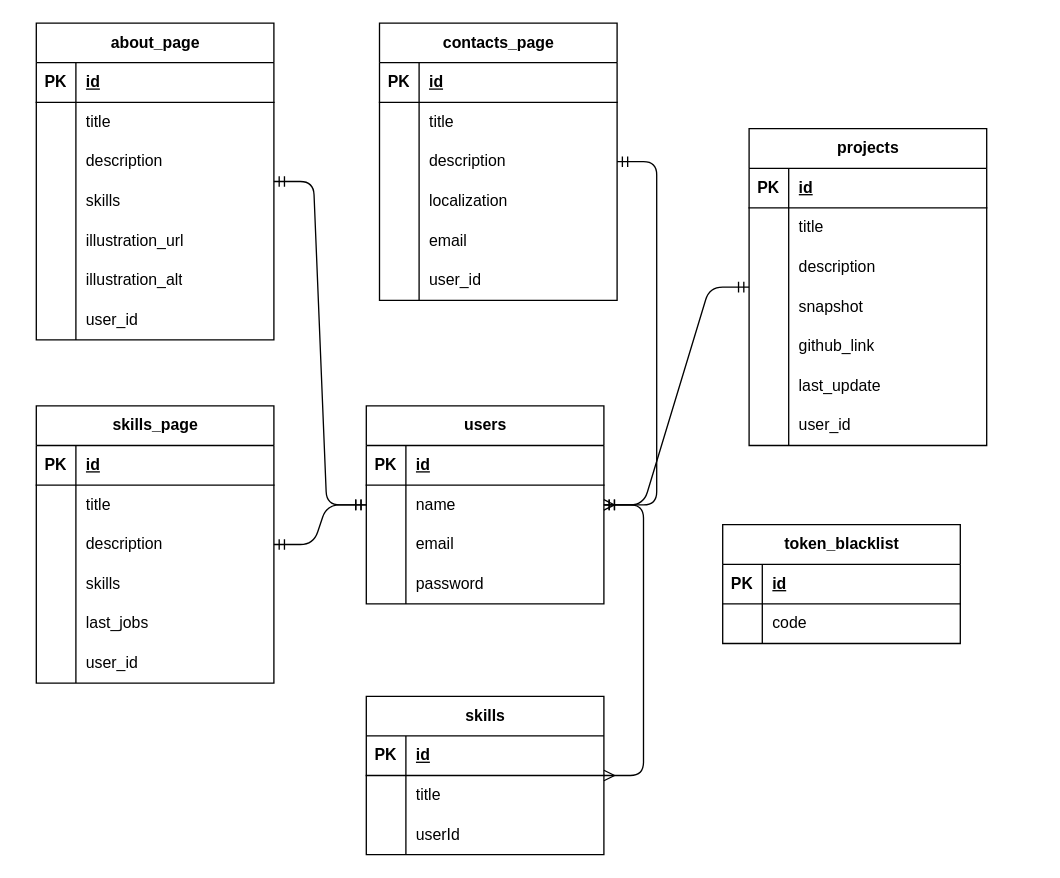
This is diagrama-ER.drawio from ikatoo/backend, a draw.io file, before an edit. Source tidied: cells renumbered, new cells numbered last; positions are measured from the earlier drawing's top-left corner, leaving out a move shared by most shapes. Both pictures are drawn from the tidied source at 132%, with x=0, y=0 at pixel (36, 22).
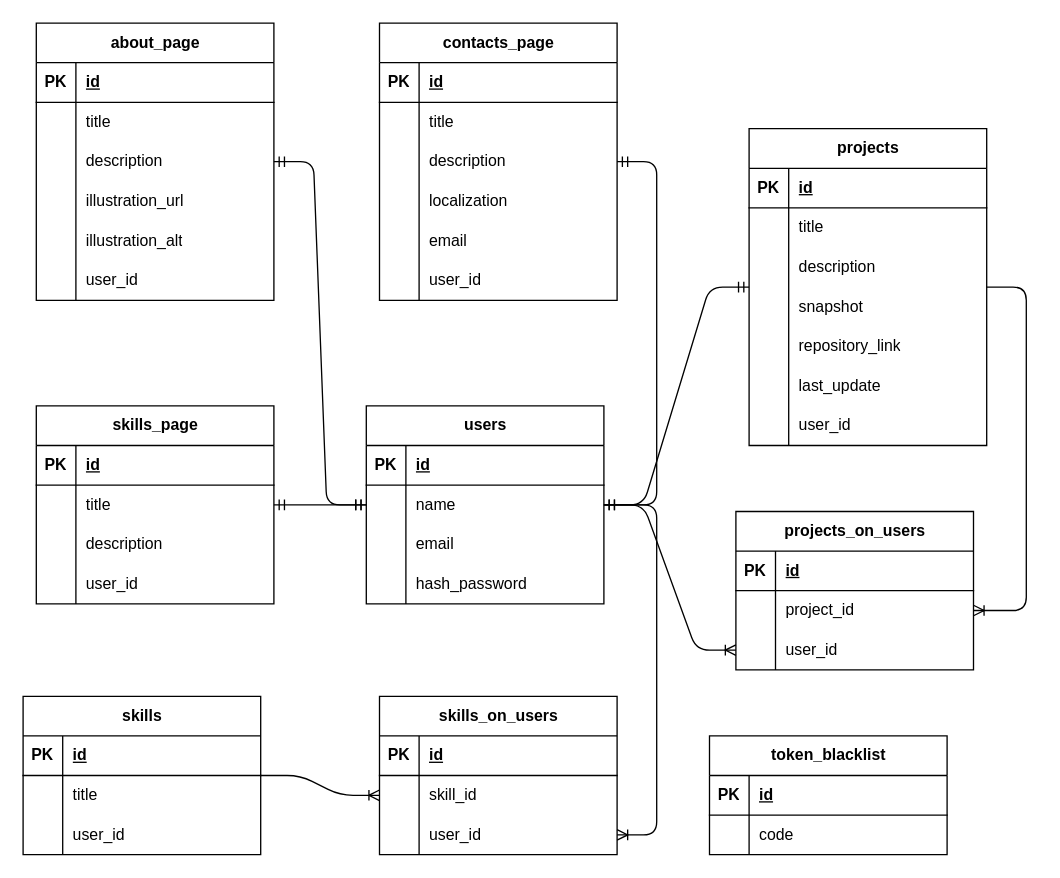
Above is the later version.

Commit message:
updated database diagram

Unchanged cells that the change refers to:
```xml
<mxCell id="43" value="projects" style="shape=table;startSize=30;childLayout=tableLayout;rowLines=0;fontStyle=1;align=center;html=1;" parent="1" vertex="1">
  <mxGeometry x="540" y="80" width="180" height="240" as="geometry" />
</mxCell>
<mxCell id="56" style="shape=tableRow;horizontal=0;startSize=0;swimlaneHead=0;swimlaneBody=0;fillColor=none;top=0;left=0;right=0;bottom=0;" parent="43" vertex="1">
  <mxGeometry y="150" width="180" height="30" as="geometry" />
</mxCell>
<mxCell id="84" value="users" style="shape=table;startSize=30;childLayout=tableLayout;rowLines=0;fontStyle=1;align=center;html=1;" parent="1" vertex="1">
  <mxGeometry x="250" y="290" width="180" height="150" as="geometry" />
</mxCell>
<mxCell id="94" style="shape=tableRow;horizontal=0;startSize=0;swimlaneHead=0;swimlaneBody=0;fillColor=none;top=0;left=0;right=0;bottom=0;" parent="84" vertex="1">
  <mxGeometry y="120" width="180" height="30" as="geometry" />
</mxCell>
<mxCell id="111" style="shape=tableRow;horizontal=0;startSize=0;swimlaneHead=0;swimlaneBody=0;fillColor=none;top=0;left=0;right=0;bottom=0;" parent="104" vertex="1">
  <mxGeometry y="90" width="180" height="30" as="geometry" />
</mxCell>
```

Change to the diagram source:
```diff
@@
     <mxCell id="2" value="about_page" style="shape=table;startSize=30;childLayout=tableLayout;rowLines=0;fontStyle=1;align=center;html=1;" parent="1" vertex="1">
-      <mxGeometry width="180" height="240" as="geometry" />
+      <mxGeometry width="180" height="210" as="geometry" />
     </mxCell>
@@
-    <mxCell id="12" style="shape=tableRow;horizontal=0;startSize=0;swimlaneHead=0;swimlaneBody=0;fillColor=none;top=0;left=0;right=0;bottom=0;" parent="2" vertex="1">
-      <mxGeometry y="120" width="180" height="30" as="geometry" />
-    </mxCell>
-    <mxCell id="13" style="shape=partialRectangle;fillColor=none;top=0;left=0;bottom=0;right=0;overflow=hidden;whiteSpace=wrap;html=1;" parent="12" vertex="1">
-      <mxGeometry width="30" height="30" as="geometry" />
-    </mxCell>
-    <mxCell id="14" value="&lt;div style=&quot;border-color: var(--border-color);&quot;&gt;skills&lt;/div&gt;" style="shape=partialRectangle;fillColor=none;top=0;left=0;bottom=0;right=0;align=left;spacingLeft=6;overflow=hidden;whiteSpace=wrap;html=1;" parent="12" vertex="1">
-      <mxGeometry x="30" width="150" height="30" as="geometry" />
-    </mxCell>
     <mxCell id="15" style="shape=tableRow;horizontal=0;startSize=0;swimlaneHead=0;swimlaneBody=0;fillColor=none;top=0;left=0;right=0;bottom=0;" parent="2" vertex="1">
-      <mxGeometry y="150" width="180" height="30" as="geometry" />
+      <mxGeometry y="120" width="180" height="30" as="geometry" />
     </mxCell>
@@
     <mxCell id="18" style="shape=tableRow;horizontal=0;startSize=0;swimlaneHead=0;swimlaneBody=0;fillColor=none;top=0;left=0;right=0;bottom=0;" parent="2" vertex="1">
-      <mxGeometry y="180" width="180" height="30" as="geometry" />
+      <mxGeometry y="150" width="180" height="30" as="geometry" />
     </mxCell>
@@
     <mxCell id="21" style="shape=tableRow;horizontal=0;startSize=0;swimlaneHead=0;swimlaneBody=0;fillColor=none;top=0;left=0;right=0;bottom=0;" parent="2" vertex="1">
-      <mxGeometry y="210" width="180" height="30" as="geometry" />
+      <mxGeometry y="180" width="180" height="30" as="geometry" />
     </mxCell>
@@
-    <mxCell id="58" value="&lt;span style=&quot;background-color: initial;&quot;&gt;github_link&lt;/span&gt;" style="shape=partialRectangle;fillColor=none;top=0;left=0;bottom=0;right=0;align=left;spacingLeft=6;overflow=hidden;whiteSpace=wrap;html=1;" parent="56" vertex="1">
+    <mxCell id="58" value="repository_link" style="shape=partialRectangle;fillColor=none;top=0;left=0;bottom=0;right=0;align=left;spacingLeft=6;overflow=hidden;whiteSpace=wrap;html=1;" parent="56" vertex="1">
       <mxGeometry x="30" width="150" height="30" as="geometry" />
     </mxCell>
@@
     <mxCell id="65" value="skills_page" style="shape=table;startSize=30;childLayout=tableLayout;rowLines=0;fontStyle=1;align=center;html=1;" parent="1" vertex="1">
-      <mxGeometry y="290" width="180" height="210" as="geometry" />
+      <mxGeometry y="290" width="180" height="150" as="geometry" />
     </mxCell>
@@
-    <mxCell id="75" style="shape=tableRow;horizontal=0;startSize=0;swimlaneHead=0;swimlaneBody=0;fillColor=none;top=0;left=0;right=0;bottom=0;" parent="65" vertex="1">
-      <mxGeometry y="120" width="180" height="30" as="geometry" />
-    </mxCell>
-    <mxCell id="76" style="shape=partialRectangle;fillColor=none;top=0;left=0;bottom=0;right=0;overflow=hidden;whiteSpace=wrap;html=1;" parent="75" vertex="1">
-      <mxGeometry width="30" height="30" as="geometry" />
-    </mxCell>
-    <mxCell id="77" value="&lt;div&gt;skills&lt;/div&gt;" style="shape=partialRectangle;fillColor=none;top=0;left=0;bottom=0;right=0;align=left;spacingLeft=6;overflow=hidden;whiteSpace=wrap;html=1;" parent="75" vertex="1">
-      <mxGeometry x="30" width="150" height="30" as="geometry" />
-    </mxCell>
-    <mxCell id="78" style="shape=tableRow;horizontal=0;startSize=0;swimlaneHead=0;swimlaneBody=0;fillColor=none;top=0;left=0;right=0;bottom=0;" parent="65" vertex="1">
-      <mxGeometry y="150" width="180" height="30" as="geometry" />
-    </mxCell>
-    <mxCell id="79" style="shape=partialRectangle;fillColor=none;top=0;left=0;bottom=0;right=0;overflow=hidden;whiteSpace=wrap;html=1;" parent="78" vertex="1">
-      <mxGeometry width="30" height="30" as="geometry" />
-    </mxCell>
-    <mxCell id="80" value="&lt;div&gt;last_jobs&lt;/div&gt;" style="shape=partialRectangle;fillColor=none;top=0;left=0;bottom=0;right=0;align=left;spacingLeft=6;overflow=hidden;whiteSpace=wrap;html=1;" parent="78" vertex="1">
-      <mxGeometry x="30" width="150" height="30" as="geometry" />
-    </mxCell>
     <mxCell id="81" style="shape=tableRow;horizontal=0;startSize=0;swimlaneHead=0;swimlaneBody=0;fillColor=none;top=0;left=0;right=0;bottom=0;" parent="65" vertex="1">
-      <mxGeometry y="180" width="180" height="30" as="geometry" />
+      <mxGeometry y="120" width="180" height="30" as="geometry" />
     </mxCell>
@@
-    <mxCell id="96" value="password" style="shape=partialRectangle;fillColor=none;top=0;left=0;bottom=0;right=0;align=left;spacingLeft=6;overflow=hidden;whiteSpace=wrap;html=1;" parent="94" vertex="1">
+    <mxCell id="96" value="hash_password" style="shape=partialRectangle;fillColor=none;top=0;left=0;bottom=0;right=0;align=left;spacingLeft=6;overflow=hidden;whiteSpace=wrap;html=1;" parent="94" vertex="1">
       <mxGeometry x="30" width="150" height="30" as="geometry" />
     </mxCell>
     <mxCell id="97" value="token_blacklist" style="shape=table;startSize=30;childLayout=tableLayout;rowLines=0;fontStyle=1;align=center;html=1;" parent="1" vertex="1">
-      <mxGeometry x="520" y="380" width="180" height="90" as="geometry" />
+      <mxGeometry x="510" y="540" width="180" height="90" as="geometry" />
     </mxCell>
@@
     <mxCell id="104" value="skills" style="shape=table;startSize=30;childLayout=tableLayout;rowLines=0;fontStyle=1;align=center;html=1;" parent="1" vertex="1">
-      <mxGeometry x="250" y="510" width="180" height="120" as="geometry" />
+      <mxGeometry x="-10" y="510" width="180" height="120" as="geometry" />
     </mxCell>
@@
-    <mxCell id="113" value="userId" style="shape=partialRectangle;fillColor=none;top=0;left=0;bottom=0;right=0;align=left;spacingLeft=6;overflow=hidden;whiteSpace=wrap;html=1;" parent="111" vertex="1">
+    <mxCell id="113" value="user_id" style="shape=partialRectangle;fillColor=none;top=0;left=0;bottom=0;right=0;align=left;spacingLeft=6;overflow=hidden;whiteSpace=wrap;html=1;" parent="111" vertex="1">
       <mxGeometry x="30" width="150" height="30" as="geometry" />
     </mxCell>
-    <mxCell id="114" style="edgeStyle=entityRelationEdgeStyle;fontSize=12;html=1;endArrow=ERmany;startArrow=ERmany;" parent="1" edge="1" source="104" target="84">
-      <mxGeometry relative="1" as="geometry" />
-    </mxCell>
@@
+    <mxCell id="119" value="skills_on_users" style="shape=table;startSize=30;childLayout=tableLayout;rowLines=0;fontStyle=1;align=center;html=1;" parent="1" vertex="1">
+      <mxGeometry x="260" y="510" width="180" height="120" as="geometry" />
+    </mxCell>
+    <mxCell id="120" style="shape=tableRow;horizontal=0;startSize=0;swimlaneHead=0;swimlaneBody=0;fillColor=none;top=0;left=0;right=0;bottom=1;" parent="119" vertex="1">
+      <mxGeometry y="30" width="180" height="30" as="geometry" />
+    </mxCell>
+    <mxCell id="121" value="PK" style="shape=partialRectangle;fillColor=none;top=0;left=0;bottom=0;right=0;fontStyle=1;overflow=hidden;whiteSpace=wrap;html=1;" parent="120" vertex="1">
+      <mxGeometry width="30" height="30" as="geometry" />
+    </mxCell>
+    <mxCell id="122" value="id" style="shape=partialRectangle;fillColor=none;top=0;left=0;bottom=0;right=0;align=left;spacingLeft=6;fontStyle=5;overflow=hidden;whiteSpace=wrap;html=1;" parent="120" vertex="1">
+      <mxGeometry x="30" width="150" height="30" as="geometry" />
+    </mxCell>
+    <mxCell id="123" style="shape=tableRow;horizontal=0;startSize=0;swimlaneHead=0;swimlaneBody=0;fillColor=none;points=[[0,0.5],[1,0.5]];portConstraint=eastwest;top=0;left=0;right=0;bottom=0;" parent="119" vertex="1">
+      <mxGeometry y="60" width="180" height="30" as="geometry" />
+    </mxCell>
+    <mxCell id="124" style="shape=partialRectangle;fillColor=none;top=0;left=0;bottom=0;right=0;overflow=hidden;whiteSpace=wrap;html=1;" parent="123" vertex="1">
+      <mxGeometry width="30" height="30" as="geometry" />
+    </mxCell>
+    <mxCell id="125" value="skill_id" style="shape=partialRectangle;fillColor=none;top=0;left=0;bottom=0;right=0;align=left;spacingLeft=6;overflow=hidden;whiteSpace=wrap;html=1;" parent="123" vertex="1">
+      <mxGeometry x="30" width="150" height="30" as="geometry" />
+    </mxCell>
+    <mxCell id="126" style="shape=tableRow;horizontal=0;startSize=0;swimlaneHead=0;swimlaneBody=0;fillColor=none;points=[[0,0.5],[1,0.5]];portConstraint=eastwest;top=0;left=0;right=0;bottom=0;" parent="119" vertex="1">
+      <mxGeometry y="90" width="180" height="30" as="geometry" />
+    </mxCell>
+    <mxCell id="127" style="shape=partialRectangle;fillColor=none;top=0;left=0;bottom=0;right=0;overflow=hidden;whiteSpace=wrap;html=1;" parent="126" vertex="1">
+      <mxGeometry width="30" height="30" as="geometry" />
+    </mxCell>
+    <mxCell id="128" value="user_id" style="shape=partialRectangle;fillColor=none;top=0;left=0;bottom=0;right=0;align=left;spacingLeft=6;overflow=hidden;whiteSpace=wrap;html=1;" parent="126" vertex="1">
+      <mxGeometry x="30" width="150" height="30" as="geometry" />
+    </mxCell>
+    <mxCell id="129" style="edgeStyle=entityRelationEdgeStyle;fontSize=12;html=1;endArrow=ERoneToMany;" parent="1" edge="1" source="104" target="123">
+      <mxGeometry relative="1" as="geometry" />
+    </mxCell>
+    <mxCell id="130" style="edgeStyle=entityRelationEdgeStyle;fontSize=12;html=1;endArrow=ERoneToMany;" parent="1" edge="1" source="84" target="126">
+      <mxGeometry relative="1" as="geometry" />
+    </mxCell>
+    <mxCell id="131" value="projects_on_users" style="shape=table;startSize=30;childLayout=tableLayout;rowLines=0;fontStyle=1;align=center;html=1;" parent="1" vertex="1">
+      <mxGeometry x="530" y="370" width="180" height="120" as="geometry" />
+    </mxCell>
+    <mxCell id="132" style="shape=tableRow;horizontal=0;startSize=0;swimlaneHead=0;swimlaneBody=0;fillColor=none;top=0;left=0;right=0;bottom=1;" parent="131" vertex="1">
+      <mxGeometry y="30" width="180" height="30" as="geometry" />
+    </mxCell>
+    <mxCell id="133" value="PK" style="shape=partialRectangle;fillColor=none;top=0;left=0;bottom=0;right=0;fontStyle=1;overflow=hidden;whiteSpace=wrap;html=1;" parent="132" vertex="1">
+      <mxGeometry width="30" height="30" as="geometry" />
+    </mxCell>
+    <mxCell id="134" value="id" style="shape=partialRectangle;fillColor=none;top=0;left=0;bottom=0;right=0;align=left;spacingLeft=6;fontStyle=5;overflow=hidden;whiteSpace=wrap;html=1;" parent="132" vertex="1">
+      <mxGeometry x="30" width="150" height="30" as="geometry" />
+    </mxCell>
+    <mxCell id="135" style="shape=tableRow;horizontal=0;startSize=0;swimlaneHead=0;swimlaneBody=0;fillColor=none;points=[[0,0.5],[1,0.5]];portConstraint=eastwest;top=0;left=0;right=0;bottom=0;" parent="131" vertex="1">
+      <mxGeometry y="60" width="180" height="30" as="geometry" />
+    </mxCell>
+    <mxCell id="136" style="shape=partialRectangle;fillColor=none;top=0;left=0;bottom=0;right=0;overflow=hidden;whiteSpace=wrap;html=1;" parent="135" vertex="1">
+      <mxGeometry width="30" height="30" as="geometry" />
+    </mxCell>
+    <mxCell id="137" value="project_id" style="shape=partialRectangle;fillColor=none;top=0;left=0;bottom=0;right=0;align=left;spacingLeft=6;overflow=hidden;whiteSpace=wrap;html=1;" parent="135" vertex="1">
+      <mxGeometry x="30" width="150" height="30" as="geometry" />
+    </mxCell>
+    <mxCell id="138" style="shape=tableRow;horizontal=0;startSize=0;swimlaneHead=0;swimlaneBody=0;fillColor=none;points=[[0,0.5],[1,0.5]];portConstraint=eastwest;top=0;left=0;right=0;bottom=0;" parent="131" vertex="1">
+      <mxGeometry y="90" width="180" height="30" as="geometry" />
+    </mxCell>
+    <mxCell id="139" style="shape=partialRectangle;fillColor=none;top=0;left=0;bottom=0;right=0;overflow=hidden;whiteSpace=wrap;html=1;" parent="138" vertex="1">
+      <mxGeometry width="30" height="30" as="geometry" />
+    </mxCell>
+    <mxCell id="140" value="user_id" style="shape=partialRectangle;fillColor=none;top=0;left=0;bottom=0;right=0;align=left;spacingLeft=6;overflow=hidden;whiteSpace=wrap;html=1;" parent="138" vertex="1">
+      <mxGeometry x="30" width="150" height="30" as="geometry" />
+    </mxCell>
+    <mxCell id="141" style="edgeStyle=entityRelationEdgeStyle;fontSize=12;html=1;endArrow=ERoneToMany;" parent="1" edge="1" source="84" target="138">
+      <mxGeometry relative="1" as="geometry" />
+    </mxCell>
+    <mxCell id="142" style="edgeStyle=entityRelationEdgeStyle;fontSize=12;html=1;endArrow=ERoneToMany;" parent="1" edge="1" source="43" target="135">
+      <mxGeometry relative="1" as="geometry" />
+    </mxCell>
```
